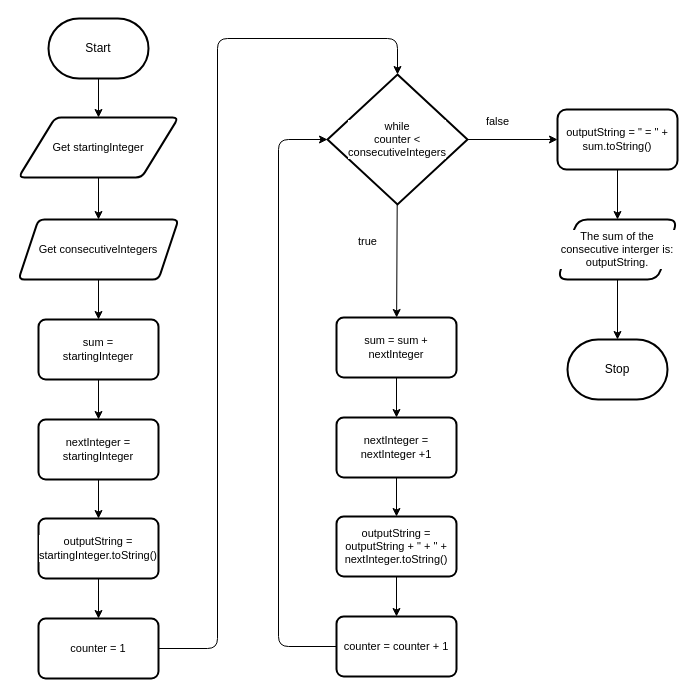
Above: design/flowchart.drawio in MTHS-ICD2O-1-2024/ICD2O-Assignment-05-Olivia-Ten-Den (draw.io), before the change. Source tidied: cells renumbered, new cells numbered last; positions are measured from the earlier drawing's top-left corner, leaving out a move shared by most shapes. Both pictures are drawn from the tidied source at 100%, with x=0, y=0 at pixel (18, 18).
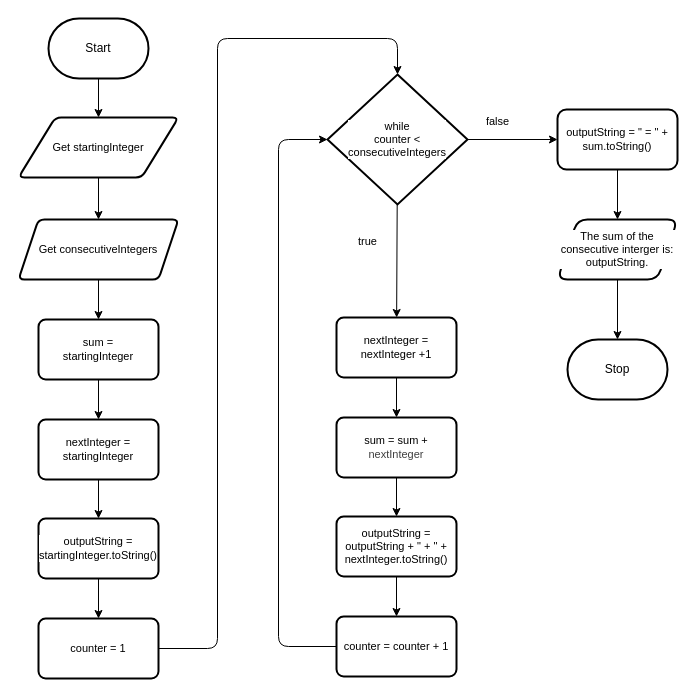
The same page after the edit.

Change to the diagram source:
```diff
@@
-    <mxCell id="21" value="sum = sum +&lt;div&gt;nextInteger&lt;/div&gt;" style="rounded=1;whiteSpace=wrap;html=1;fontSize=11;strokeWidth=2;arcSize=12;labelBackgroundColor=default;" parent="1" vertex="1">
+    <mxCell id="21" value="&lt;span style=&quot;color: rgb(0, 0, 0);&quot;&gt;nextInteger =&lt;/span&gt;&lt;div style=&quot;color: rgb(63, 63, 63); scrollbar-color: rgb(226, 226, 226) rgb(251, 251, 251);&quot;&gt;&lt;span style=&quot;scrollbar-color: rgb(226, 226, 226) rgb(251, 251, 251); color: rgb(0, 0, 0);&quot;&gt;nextInteger +1&lt;/span&gt;&lt;/div&gt;" style="rounded=1;whiteSpace=wrap;html=1;fontSize=11;strokeWidth=2;arcSize=12;labelBackgroundColor=default;" parent="1" vertex="1">
       <mxGeometry x="318" y="299" width="120" height="60" as="geometry" />
     </mxCell>
@@
-    <mxCell id="23" value="nextInteger =&lt;div&gt;&lt;span style=&quot;color: rgb(0, 0, 0);&quot;&gt;nextInteger +1&lt;/span&gt;&lt;/div&gt;" style="rounded=1;whiteSpace=wrap;html=1;fontSize=11;strokeWidth=2;arcSize=12;labelBackgroundColor=default;" parent="1" vertex="1">
+    <mxCell id="23" value="&lt;div&gt;&lt;span style=&quot;color: rgb(0, 0, 0);&quot;&gt;&lt;span style=&quot;color: rgb(0, 0, 0);&quot;&gt;sum = sum +&lt;/span&gt;&lt;div style=&quot;color: rgb(63, 63, 63); scrollbar-color: rgb(226, 226, 226) rgb(251, 251, 251);&quot;&gt;nextInteger&lt;/div&gt;&lt;/span&gt;&lt;/div&gt;" style="rounded=1;whiteSpace=wrap;html=1;fontSize=11;strokeWidth=2;arcSize=12;labelBackgroundColor=default;" parent="1" vertex="1">
       <mxGeometry x="318" y="399" width="120" height="60" as="geometry" />
     </mxCell>
```
